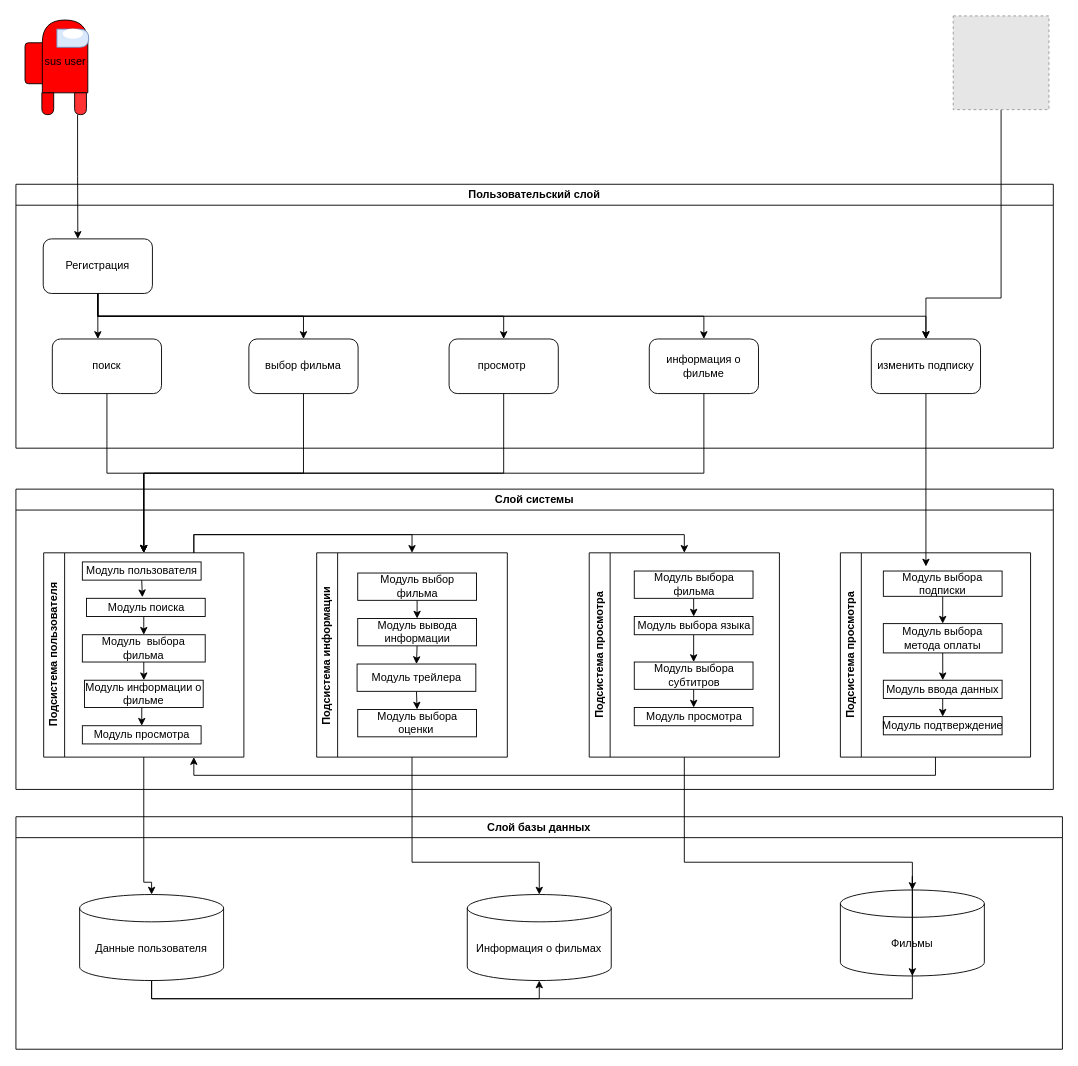
Before: lab01/Architecture.drawio in KarimFaik/Program-Engineering, a draw.io diagram. Source tidied: cells renumbered, new cells numbered last; positions are measured from the earlier drawing's top-left corner, leaving out a move shared by most shapes. Both pictures are drawn from the tidied source at 91%, with x=0, y=0 at pixel (15, 15). Pictures stored in the file or linked from it are replaced by grey dashed boxes.
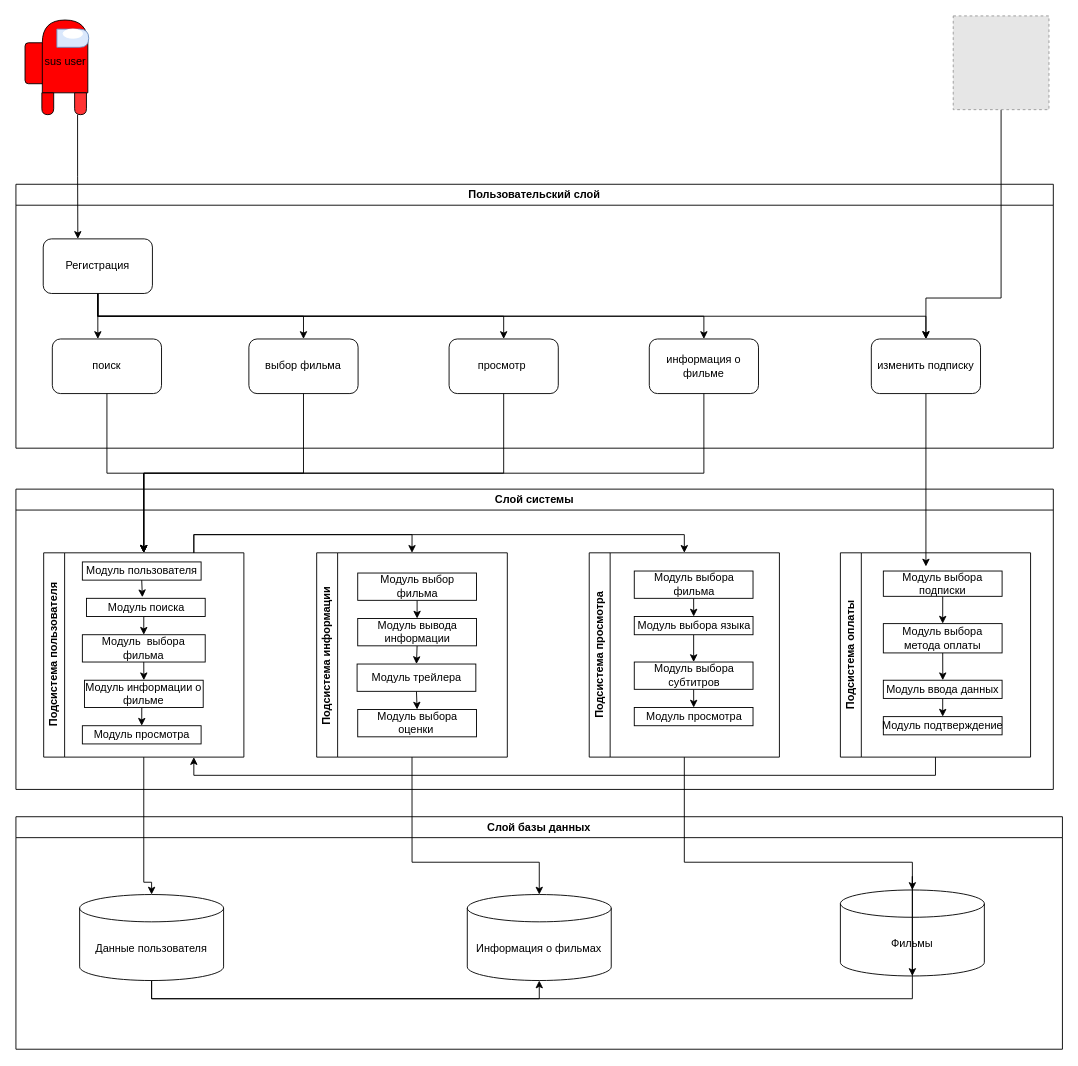
Above is the later version.

The change refers to these unchanged cells:
```xml
<mxCell id="8" value="Слой системы" style="swimlane;whiteSpace=wrap;html=1;" parent="1" vertex="1">
  <mxGeometry y="520" width="1140" height="330" as="geometry" />
</mxCell>
```

Diff of the diagram source:
```diff
@@
-    <mxCell id="38" value="Подсистема просмотра" style="swimlane;horizontal=0;whiteSpace=wrap;html=1;" parent="8" vertex="1">
+    <mxCell id="38" value="Подсистема оплаты" style="swimlane;horizontal=0;whiteSpace=wrap;html=1;" parent="8" vertex="1">
       <mxGeometry x="906" y="70" width="209" height="224.5" as="geometry" />
     </mxCell>
```
